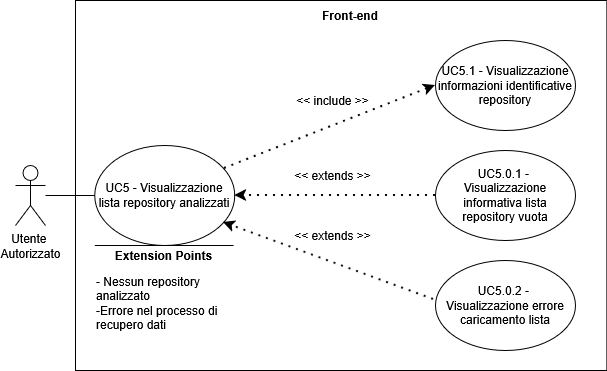
SkarabGroup/DocumentazioneProgetto keeps this draw.io diagram as assets/diagrams/UC5.png. Above is the earlier version. Source tidied: cells renumbered, new cells last; positions are measured from the earlier drawing's top-left corner, leaving out a move shared by most shapes.
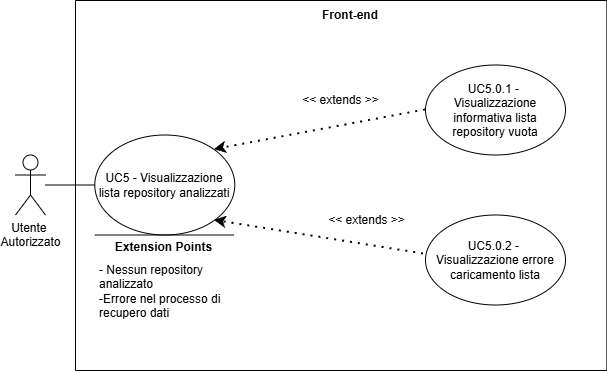
After the commit.

What changed in the source:
```diff
@@ -8,53 +8,44 @@
     <mxCell id="3" value="Front-end" style="text;html=1;whiteSpace=wrap;strokeColor=none;fillColor=none;align=center;verticalAlign=middle;rounded=0;perimeterSpacing=1;fontStyle=1;" parent="2" vertex="1">
       <mxGeometry x="235" width="80" height="30" as="geometry" />
     </mxCell>
-    <mxCell id="4" value="UC5 - Visualizzazione lista repository analizzati" style="ellipse;whiteSpace=wrap;html=1;" parent="2" vertex="1">
-      <mxGeometry x="19.3" y="145" width="140" height="100" as="geometry" />
-    </mxCell>
-    <mxCell id="5" value="&amp;lt;&amp;lt; include &amp;gt;&amp;gt;" style="text;html=1;whiteSpace=wrap;strokeColor=none;fillColor=none;align=center;verticalAlign=middle;rounded=0;" parent="2" vertex="1">
-      <mxGeometry x="210" y="85" width="95" height="30" as="geometry" />
-    </mxCell>
-    <mxCell id="6" value="UC5.1 - Visualizzazione informazioni identificative repository" style="ellipse;whiteSpace=wrap;html=1;" parent="2" vertex="1">
-      <mxGeometry x="360" y="40" width="140" height="90" as="geometry" />
-    </mxCell>
-    <mxCell id="7" style="endArrow=classic;dashed=1;html=1;dashPattern=1 3;strokeWidth=2;rounded=0;entryX=0;entryY=0.5;entryDx=0;entryDy=0;exitX=0.926;exitY=0.23;exitDx=0;exitDy=0;strokeColor=default;curved=0;endFill=1;endSize=6;exitPerimeter=0;" parent="2" edge="1" source="4" target="6">
-      <mxGeometry relative="1" as="geometry" />
-    </mxCell>
     <mxCell id="8" value="&amp;lt;&amp;lt; extends &amp;gt;&amp;gt;" style="text;html=1;whiteSpace=wrap;strokeColor=none;fillColor=none;align=center;verticalAlign=middle;rounded=0;" parent="2" vertex="1">
-      <mxGeometry x="210" y="160" width="95" height="30" as="geometry" />
+      <mxGeometry x="218.2" y="85" width="95" height="30" as="geometry" />
     </mxCell>
     <mxCell id="9" value="UC5.0.1 -&amp;nbsp;&lt;div&gt;Visualizzazione informativa lista repository vuota&lt;/div&gt;" style="ellipse;whiteSpace=wrap;html=1;" parent="2" vertex="1">
-      <mxGeometry x="360" y="150" width="140" height="90" as="geometry" />
+      <mxGeometry x="350" y="64.5" width="140" height="90" as="geometry" />
     </mxCell>
-    <mxCell id="10" style="endArrow=classic;dashed=1;html=1;dashPattern=1 3;strokeWidth=2;rounded=0;exitX=0;exitY=0.5;exitDx=0;exitDy=0;strokeColor=default;curved=0;endFill=1;endSize=6;entryX=1;entryY=0.5;entryDx=0;entryDy=0;" parent="2" edge="1" source="9" target="4">
+    <mxCell id="10" style="endArrow=classic;dashed=1;html=1;dashPattern=1 3;strokeWidth=2;rounded=0;exitX=0;exitY=0.5;exitDx=0;exitDy=0;strokeColor=default;curved=0;endFill=1;endSize=6;entryX=1;entryY=0;entryDx=0;entryDy=0;" parent="2" edge="1" source="9" target="4">
       <mxGeometry relative="1" as="geometry" />
     </mxCell>
-    <mxCell id="11" style="endArrow=none;html=1;rounded=0;" parent="2" edge="1">
-      <mxGeometry relative="1" as="geometry">
-        <mxPoint x="158.1" y="245" as="sourcePoint" />
-        <mxPoint x="19.3" y="245" as="targetPoint" />
-      </mxGeometry>
-    </mxCell>
     <mxCell id="12" value="&lt;b&gt;Extension Points&lt;/b&gt;" style="text;html=1;whiteSpace=wrap;strokeColor=none;fillColor=none;align=center;verticalAlign=middle;rounded=0;strokeWidth=5;" parent="2" vertex="1">
-      <mxGeometry x="31.2" y="240" width="115" height="30" as="geometry" />
+      <mxGeometry x="31.2" y="232" width="115" height="30" as="geometry" />
     </mxCell>
-    <mxCell id="13" value="&lt;div align=&quot;left&quot;&gt;- Nessun repository analizzato&lt;/div&gt;&lt;div&gt;-Errore nel processo di recupero dati&lt;/div&gt;" style="text;html=1;whiteSpace=wrap;strokeColor=none;fillColor=none;align=left;verticalAlign=middle;rounded=0;" parent="2" vertex="1">
-      <mxGeometry x="19.3" y="260" width="147" height="85" as="geometry" />
-    </mxCell>
     <mxCell id="14" value="UC5.0.2 -&amp;nbsp;&lt;div&gt;Visualizzazione errore caricamento lista&lt;/div&gt;" style="ellipse;whiteSpace=wrap;html=1;" parent="2" vertex="1">
-      <mxGeometry x="360" y="260" width="140" height="90" as="geometry" />
+      <mxGeometry x="350" y="214.5" width="140" height="90" as="geometry" />
     </mxCell>
-    <mxCell id="15" style="endArrow=classic;dashed=1;html=1;dashPattern=1 3;strokeWidth=2;rounded=0;exitX=-0.014;exitY=0.433;exitDx=0;exitDy=0;strokeColor=default;curved=0;endFill=1;endSize=6;entryX=0.919;entryY=0.77;entryDx=0;entryDy=0;entryPerimeter=0;exitPerimeter=0;" parent="2" edge="1" source="14" target="4">
+    <mxCell id="15" style="endArrow=classic;dashed=1;html=1;dashPattern=1 3;strokeWidth=2;rounded=0;exitX=-0.014;exitY=0.433;exitDx=0;exitDy=0;strokeColor=default;curved=0;endFill=1;endSize=6;entryX=1;entryY=1;entryDx=0;entryDy=0;exitPerimeter=0;" parent="2" edge="1" source="14" target="4">
       <mxGeometry relative="1" as="geometry" />
     </mxCell>
     <mxCell id="16" value="&amp;lt;&amp;lt; extends &amp;gt;&amp;gt;" style="text;html=1;whiteSpace=wrap;strokeColor=none;fillColor=none;align=center;verticalAlign=middle;rounded=0;" parent="2" vertex="1">
-      <mxGeometry x="210" y="220" width="95" height="30" as="geometry" />
+      <mxGeometry x="244" y="204.5" width="95" height="30" as="geometry" />
     </mxCell>
+    <mxCell id="4" value="UC5 - Visualizzazione lista repository analizzati" style="ellipse;whiteSpace=wrap;html=1;" parent="2" vertex="1">
+      <mxGeometry x="19.3" y="134.5" width="140" height="100" as="geometry" />
+    </mxCell>
+    <mxCell id="11" style="endArrow=none;html=1;rounded=0;" parent="2" edge="1">
+      <mxGeometry relative="1" as="geometry">
+        <mxPoint x="158.1" y="234.5" as="sourcePoint" />
+        <mxPoint x="19.3" y="234.5" as="targetPoint" />
+      </mxGeometry>
+    </mxCell>
-    <mxCell id="17" value="&lt;div&gt;Utente&amp;nbsp;&lt;/div&gt;&lt;div&gt;Autorizzato&lt;/div&gt;" style="shape=umlActor;verticalLabelPosition=bottom;verticalAlign=top;html=1;outlineConnect=0;" parent="1" vertex="1">
-      <mxGeometry y="165" width="30" height="60" as="geometry" />
+    <mxCell id="17" value="&lt;div&gt;Utente&amp;nbsp;&lt;/div&gt;&lt;div&gt;Autorizzato&lt;/div&gt;" style="shape=umlActor;verticalLabelPosition=bottom;verticalAlign=top;html=1;outlineConnect=0;" parent="2" vertex="1">
+      <mxGeometry x="-60" y="154.5" width="30" height="60" as="geometry" />
     </mxCell>
-    <mxCell id="18" style="endArrow=none;html=1;rounded=0;entryX=0;entryY=0.5;entryDx=0;entryDy=0;" parent="1" edge="1" source="17" target="4">
+    <mxCell id="18" style="endArrow=none;html=1;rounded=0;entryX=0;entryY=0.5;entryDx=0;entryDy=0;" parent="2" edge="1" source="17" target="4">
       <mxGeometry relative="1" as="geometry" />
     </mxCell>
+    <mxCell id="13" value="&lt;div align=&quot;left&quot;&gt;- Nessun repository analizzato&lt;/div&gt;&lt;div&gt;-Errore nel processo di recupero dati&lt;/div&gt;" style="text;html=1;whiteSpace=wrap;strokeColor=none;fillColor=none;align=left;verticalAlign=middle;rounded=0;" parent="1" vertex="1">
+      <mxGeometry x="82.3" y="248" width="147" height="85" as="geometry" />
+    </mxCell>
   </root>
 </mxGraphModel>
```
